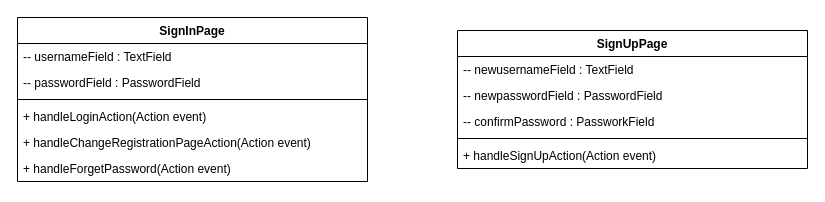
The draw.io diagram demo/documents/analysises/bussness process/V2.0/UI.drawio in cyang2001/projectJava, before the edit. Source tidied: cells renumbered, new cells numbered last; positions are measured from the earlier drawing's top-left corner, leaving out a move shared by most shapes. Both pictures are drawn from the tidied source at 100%, with x=0, y=0 at pixel (17, 17).
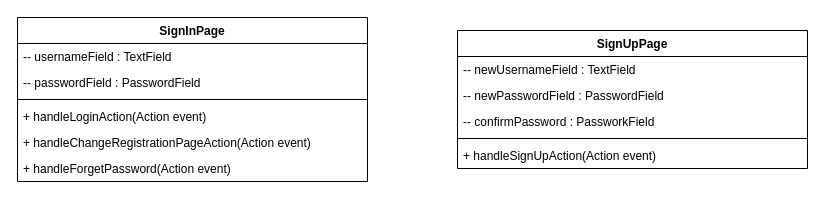
Above is the later version.

What changed in the source:
```diff
@@
 <mxGraphModel>
   <root>
     <mxCell id="0" />
     <mxCell id="1" parent="0" />
     <mxCell id="2" value="SignInPage" style="swimlane;fontStyle=1;align=center;verticalAlign=top;horizontal=1;startSize=26;whiteSpace=wrap;html=1;" parent="1" vertex="1">
       <mxGeometry width="350" height="164" as="geometry" />
     </mxCell>
     <mxCell id="3" value="-- usernameField : TextField" style="text;strokeColor=none;fillColor=none;align=left;verticalAlign=top;spacingLeft=4;spacingRight=4;overflow=hidden;whiteSpace=wrap;html=1;" parent="2" vertex="1">
       <mxGeometry y="26" width="350" height="26" as="geometry" />
     </mxCell>
     <mxCell id="4" value="-- passwordField : PasswordField" style="text;strokeColor=none;fillColor=none;align=left;verticalAlign=top;spacingLeft=4;spacingRight=4;overflow=hidden;whiteSpace=wrap;html=1;" parent="2" vertex="1">
       <mxGeometry y="52" width="350" height="26" as="geometry" />
     </mxCell>
     <mxCell id="5" style="line;strokeWidth=1;fillColor=none;align=left;verticalAlign=middle;spacingTop=-1;spacingLeft=3;spacingRight=3;labelPosition=right;strokeColor=inherit;" parent="2" vertex="1">
       <mxGeometry y="78" width="350" height="8" as="geometry" />
     </mxCell>
     <mxCell id="6" value="+ handleLoginAction(Action event)" style="text;strokeColor=none;fillColor=none;align=left;verticalAlign=top;spacingLeft=4;spacingRight=4;overflow=hidden;whiteSpace=wrap;html=1;" parent="2" vertex="1">
       <mxGeometry y="86" width="350" height="26" as="geometry" />
     </mxCell>
     <mxCell id="7" value="+ handleChangeRegistrationPageAction(Action event)" style="text;strokeColor=none;fillColor=none;align=left;verticalAlign=top;spacingLeft=4;spacingRight=4;overflow=hidden;whiteSpace=wrap;html=1;" parent="2" vertex="1">
       <mxGeometry y="112" width="350" height="26" as="geometry" />
     </mxCell>
     <mxCell id="8" value="+ handleForgetPassword(Action event)" style="text;strokeColor=none;fillColor=none;align=left;verticalAlign=top;spacingLeft=4;spacingRight=4;overflow=hidden;whiteSpace=wrap;html=1;" parent="2" vertex="1">
       <mxGeometry y="138" width="350" height="26" as="geometry" />
     </mxCell>
     <mxCell id="9" value="SignUpPage" style="swimlane;fontStyle=1;align=center;verticalAlign=top;horizontal=1;startSize=26;whiteSpace=wrap;html=1;" parent="1" vertex="1">
       <mxGeometry x="440" y="13" width="350" height="138" as="geometry" />
     </mxCell>
-    <mxCell id="10" value="-- newusernameField : TextField" style="text;strokeColor=none;fillColor=none;align=left;verticalAlign=top;spacingLeft=4;spacingRight=4;overflow=hidden;whiteSpace=wrap;html=1;" parent="9" vertex="1">
+    <mxCell id="10" value="-- newUsernameField : TextField" style="text;strokeColor=none;fillColor=none;align=left;verticalAlign=top;spacingLeft=4;spacingRight=4;overflow=hidden;whiteSpace=wrap;html=1;" parent="9" vertex="1">
       <mxGeometry y="26" width="350" height="26" as="geometry" />
     </mxCell>
-    <mxCell id="11" value="-- newpasswordField : PasswordField" style="text;strokeColor=none;fillColor=none;align=left;verticalAlign=top;spacingLeft=4;spacingRight=4;overflow=hidden;whiteSpace=wrap;html=1;" parent="9" vertex="1">
+    <mxCell id="11" value="-- newPasswordField : PasswordField" style="text;strokeColor=none;fillColor=none;align=left;verticalAlign=top;spacingLeft=4;spacingRight=4;overflow=hidden;whiteSpace=wrap;html=1;" parent="9" vertex="1">
       <mxGeometry y="52" width="350" height="26" as="geometry" />
     </mxCell>
     <mxCell id="12" value="-- confirmPassword : PassworkField" style="text;strokeColor=none;fillColor=none;align=left;verticalAlign=top;spacingLeft=4;spacingRight=4;overflow=hidden;whiteSpace=wrap;html=1;" parent="9" vertex="1">
       <mxGeometry y="78" width="350" height="26" as="geometry" />
     </mxCell>
     <mxCell id="13" style="line;strokeWidth=1;fillColor=none;align=left;verticalAlign=middle;spacingTop=-1;spacingLeft=3;spacingRight=3;labelPosition=right;strokeColor=inherit;" parent="9" vertex="1">
       <mxGeometry y="104" width="350" height="8" as="geometry" />
     </mxCell>
     <mxCell id="14" value="+ handleSignUpAction(Action event)" style="text;strokeColor=none;fillColor=none;align=left;verticalAlign=top;spacingLeft=4;spacingRight=4;overflow=hidden;whiteSpace=wrap;html=1;" parent="9" vertex="1">
       <mxGeometry y="112" width="350" height="26" as="geometry" />
     </mxCell>
   </root>
 </mxGraphModel>
```
